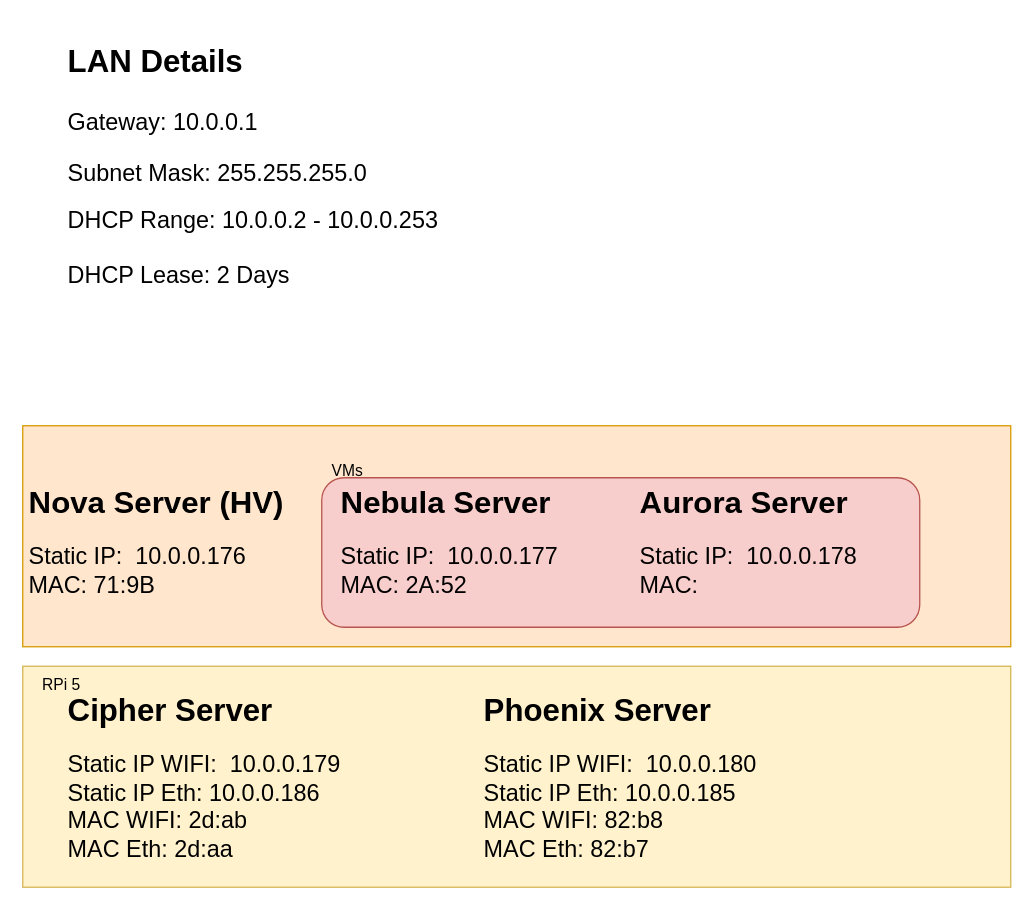
Earlier version of the draw.io diagram page "Network Setup" (2 of 3) of homelab_infra/Homlab Infra Architecture.drawio (sahmed85/homelab). Source tidied: cells renumbered, new cells numbered last; positions are measured from the earlier drawing's top-left corner, leaving out a move shared by most shapes. Both pictures are drawn from the tidied source at 130%, with x=0, y=0 at pixel (22, 35).
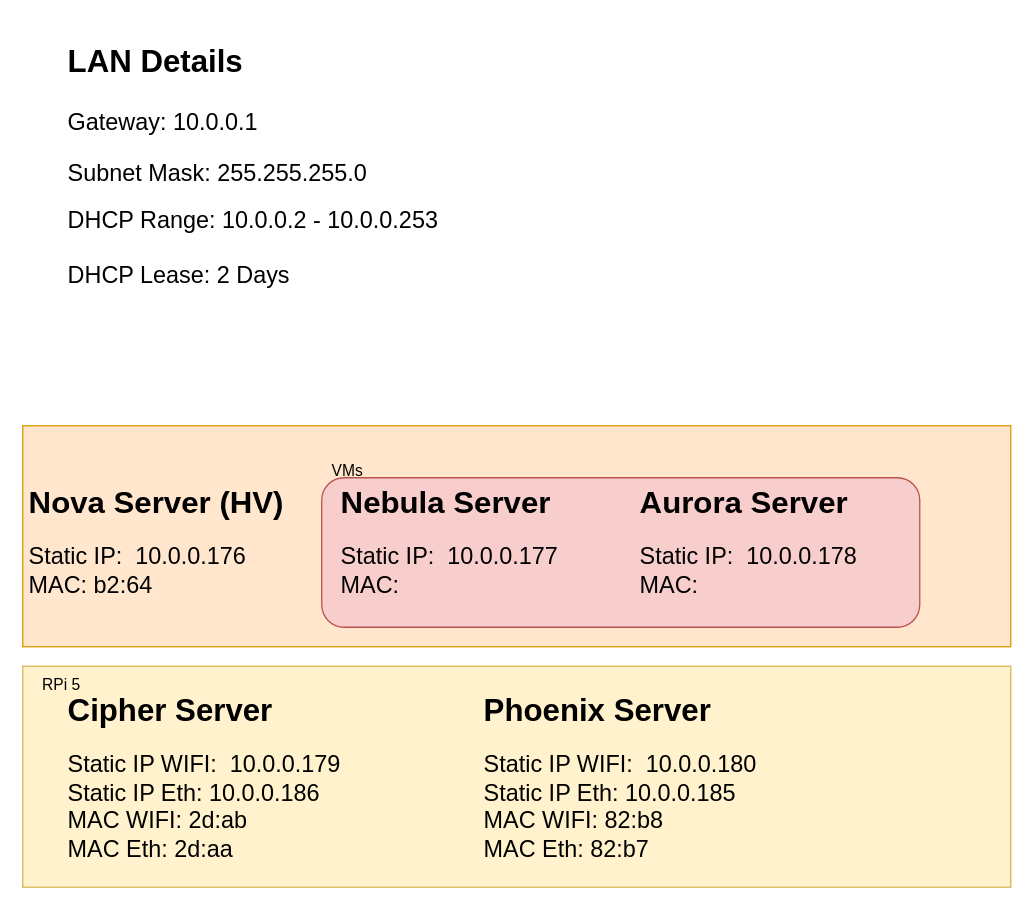
After the change.

The edit, as a diff of the source:
```diff
@@
 <mxGraphModel>
   <root>
     <mxCell id="0" />
     <mxCell id="1" parent="0" />
     <mxCell id="2" style="rounded=0;whiteSpace=wrap;html=1;fillColor=#fff2cc;strokeColor=#d6b656;" parent="1" vertex="1">
       <mxGeometry y="485" width="760" height="170" as="geometry" />
     </mxCell>
     <mxCell id="3" style="rounded=0;whiteSpace=wrap;html=1;fillColor=#ffe6cc;strokeColor=#d79b00;" parent="1" vertex="1">
       <mxGeometry y="300" width="760" height="170" as="geometry" />
     </mxCell>
-    <mxCell id="4" value="&lt;h1&gt;Nova Server (HV)&lt;/h1&gt;&lt;div style=&quot;font-size: 18px;&quot;&gt;&lt;font style=&quot;font-size: 18px;&quot;&gt;Static IP:&amp;nbsp; 10.0.0.176&lt;/font&gt;&lt;/div&gt;&lt;div style=&quot;font-size: 18px;&quot;&gt;&lt;font style=&quot;font-size: 18px;&quot;&gt;MAC: 71:9B&lt;/font&gt;&lt;/div&gt;&lt;div&gt;&lt;br&gt;&lt;/div&gt;" style="text;html=1;strokeColor=none;fillColor=none;spacing=5;spacingTop=-20;whiteSpace=wrap;overflow=hidden;rounded=0;" parent="1" vertex="1">
+    <mxCell id="4" value="&lt;h1&gt;Nova Server (HV)&lt;/h1&gt;&lt;div style=&quot;font-size: 18px;&quot;&gt;&lt;font style=&quot;font-size: 18px;&quot;&gt;Static IP:&amp;nbsp; 10.0.0.176&lt;/font&gt;&lt;/div&gt;&lt;div style=&quot;font-size: 18px;&quot;&gt;&lt;font style=&quot;font-size: 18px;&quot;&gt;MAC: b2:64&lt;/font&gt;&lt;/div&gt;&lt;div&gt;&lt;br&gt;&lt;/div&gt;" style="text;html=1;strokeColor=none;fillColor=none;spacing=5;spacingTop=-20;whiteSpace=wrap;overflow=hidden;rounded=0;" parent="1" vertex="1">
       <mxGeometry y="340" width="210" height="120" as="geometry" />
     </mxCell>
     <mxCell id="5" value="&lt;h1&gt;Cipher Server&lt;/h1&gt;&lt;div style=&quot;font-size: 18px;&quot;&gt;&lt;font style=&quot;font-size: 18px;&quot;&gt;Static IP WIFI:&amp;nbsp; 10.0.0.179&lt;/font&gt;&lt;/div&gt;&lt;div style=&quot;font-size: 18px;&quot;&gt;&lt;font style=&quot;font-size: 18px;&quot;&gt;Static IP Eth: 10.0.0.186&lt;/font&gt;&lt;/div&gt;&lt;div style=&quot;font-size: 18px;&quot;&gt;&lt;font style=&quot;font-size: 18px;&quot;&gt;MAC WIFI: 2d:ab&lt;/font&gt;&lt;/div&gt;&lt;div style=&quot;font-size: 18px;&quot;&gt;&lt;font style=&quot;font-size: 18px;&quot;&gt;MAC Eth: 2d:aa&lt;/font&gt;&lt;/div&gt;&lt;div&gt;&lt;br&gt;&lt;/div&gt;" style="text;html=1;strokeColor=none;fillColor=none;spacing=5;spacingTop=-20;whiteSpace=wrap;overflow=hidden;rounded=0;" parent="1" vertex="1">
       <mxGeometry x="30" y="500" width="260" height="140" as="geometry" />
     </mxCell>
     <mxCell id="6" value="&lt;h1&gt;&lt;span style=&quot;background-color: initial;&quot;&gt;LAN Details&amp;nbsp;&lt;/span&gt;&lt;/h1&gt;&lt;h1&gt;&lt;span style=&quot;font-size: 18px; font-weight: 400;&quot;&gt;Gateway: 10.0.0.1&lt;/span&gt;&lt;/h1&gt;&lt;div&gt;&lt;span style=&quot;font-size: 18px; font-weight: 400;&quot;&gt;Subnet Mask: 255.255.255.0&lt;/span&gt;&lt;/div&gt;&lt;div&gt;&lt;br&gt;&lt;/div&gt;&lt;div&gt;&lt;span style=&quot;font-size: 18px;&quot;&gt;DHCP Range: 10.0.0.2 - 10.0.0.253&lt;/span&gt;&lt;/div&gt;&lt;div&gt;&lt;span style=&quot;font-size: 18px;&quot;&gt;&lt;br&gt;&lt;/span&gt;&lt;/div&gt;&lt;div&gt;&lt;span style=&quot;font-size: 18px;&quot;&gt;DHCP Lease: 2 Days&lt;/span&gt;&lt;/div&gt;" style="text;html=1;strokeColor=none;fillColor=none;spacing=5;spacingTop=-20;whiteSpace=wrap;overflow=hidden;rounded=0;" parent="1" vertex="1">
       <mxGeometry x="30" width="470" height="220" as="geometry" />
     </mxCell>
     <mxCell id="7" value="VMs" style="text;html=1;strokeColor=none;fillColor=none;align=center;verticalAlign=middle;whiteSpace=wrap;rounded=0;" parent="1" vertex="1">
       <mxGeometry x="220" y="320" width="60" height="30" as="geometry" />
     </mxCell>
     <mxCell id="8" value="RPi 5" style="text;html=1;strokeColor=none;fillColor=none;align=center;verticalAlign=middle;whiteSpace=wrap;rounded=0;" parent="1" vertex="1">
       <mxGeometry y="485" width="60" height="30" as="geometry" />
     </mxCell>
     <mxCell id="9" value="&lt;h1&gt;Phoenix Server&lt;/h1&gt;&lt;div style=&quot;font-size: 18px;&quot;&gt;&lt;font style=&quot;font-size: 18px;&quot;&gt;Static IP WIFI:&amp;nbsp; 10.0.0.180&lt;/font&gt;&lt;/div&gt;&lt;div style=&quot;font-size: 18px;&quot;&gt;&lt;font style=&quot;font-size: 18px;&quot;&gt;Static IP Eth: 10.0.0.185&lt;/font&gt;&lt;/div&gt;&lt;div style=&quot;font-size: 18px;&quot;&gt;&lt;font style=&quot;font-size: 18px;&quot;&gt;MAC WIFI: 82:b8&lt;/font&gt;&lt;/div&gt;&lt;div style=&quot;font-size: 18px;&quot;&gt;&lt;font style=&quot;font-size: 18px;&quot;&gt;MAC Eth: 82:b7&lt;/font&gt;&lt;/div&gt;&lt;div&gt;&lt;br&gt;&lt;/div&gt;" style="text;html=1;strokeColor=none;fillColor=none;spacing=5;spacingTop=-20;whiteSpace=wrap;overflow=hidden;rounded=0;" parent="1" vertex="1">
       <mxGeometry x="350" y="500" width="260" height="140" as="geometry" />
     </mxCell>
     <mxCell id="10" style="rounded=1;whiteSpace=wrap;html=1;fillColor=#f8cecc;strokeColor=#b85450;" parent="1" vertex="1">
       <mxGeometry x="230" y="340" width="460" height="115" as="geometry" />
     </mxCell>
-    <mxCell id="11" value="&lt;h1&gt;Nebula Server&lt;/h1&gt;&lt;div style=&quot;font-size: 18px;&quot;&gt;&lt;font style=&quot;font-size: 18px;&quot;&gt;Static IP:&amp;nbsp; 10.0.0.177&lt;/font&gt;&lt;/div&gt;&lt;div style=&quot;font-size: 18px;&quot;&gt;&lt;font style=&quot;font-size: 18px;&quot;&gt;MAC: 2A:52&lt;/font&gt;&lt;/div&gt;&lt;div&gt;&lt;br&gt;&lt;/div&gt;" style="text;html=1;strokeColor=none;fillColor=none;spacing=5;spacingTop=-20;whiteSpace=wrap;overflow=hidden;rounded=0;" parent="1" vertex="1">
+    <mxCell id="11" value="&lt;h1&gt;Nebula Server&lt;/h1&gt;&lt;div style=&quot;font-size: 18px;&quot;&gt;&lt;font style=&quot;font-size: 18px;&quot;&gt;Static IP:&amp;nbsp; 10.0.0.177&lt;/font&gt;&lt;/div&gt;&lt;div style=&quot;font-size: 18px;&quot;&gt;&lt;font style=&quot;font-size: 18px;&quot;&gt;MAC:&amp;nbsp;&lt;/font&gt;&lt;/div&gt;&lt;div&gt;&lt;br&gt;&lt;/div&gt;" style="text;html=1;strokeColor=none;fillColor=none;spacing=5;spacingTop=-20;whiteSpace=wrap;overflow=hidden;rounded=0;" parent="1" vertex="1">
       <mxGeometry x="240" y="340" width="190" height="120" as="geometry" />
     </mxCell>
     <mxCell id="12" value="&lt;h1&gt;Aurora Server&lt;/h1&gt;&lt;div style=&quot;font-size: 18px;&quot;&gt;&lt;font style=&quot;font-size: 18px;&quot;&gt;Static IP:&amp;nbsp; 10.0.0.178&lt;/font&gt;&lt;/div&gt;&lt;div style=&quot;font-size: 18px;&quot;&gt;&lt;font style=&quot;font-size: 18px;&quot;&gt;MAC:&lt;/font&gt;&lt;/div&gt;" style="text;html=1;strokeColor=none;fillColor=none;spacing=5;spacingTop=-20;whiteSpace=wrap;overflow=hidden;rounded=0;" parent="1" vertex="1">
       <mxGeometry x="470" y="340" width="190" height="120" as="geometry" />
     </mxCell>
   </root>
 </mxGraphModel>
```
